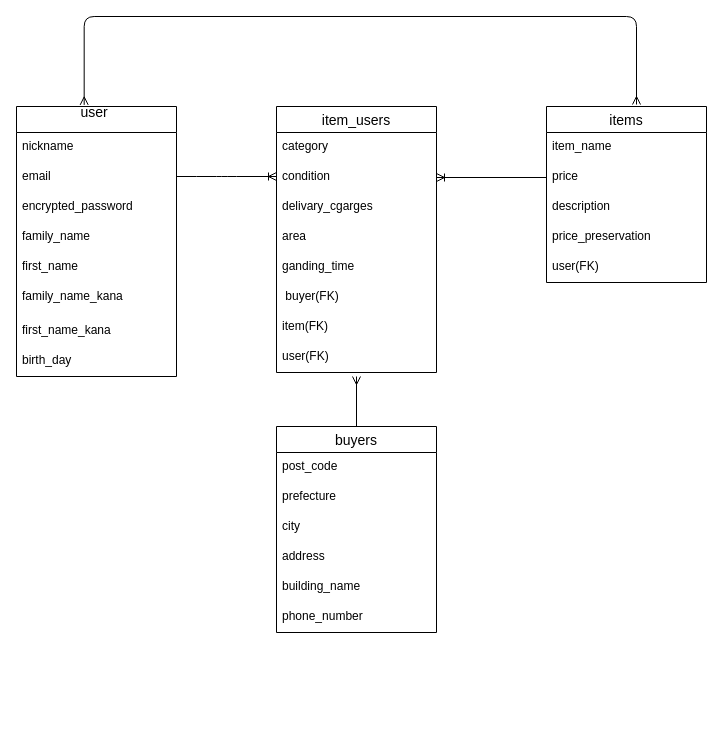
Before: table.dio in deco-01/furima-39447, a draw.io diagram. Source tidied: cells renumbered, new cells numbered last; positions are measured from the earlier drawing's top-left corner, leaving out a move shared by most shapes. Both pictures are drawn from the tidied source at 100%, with x=0, y=0 at pixel (16, 16).
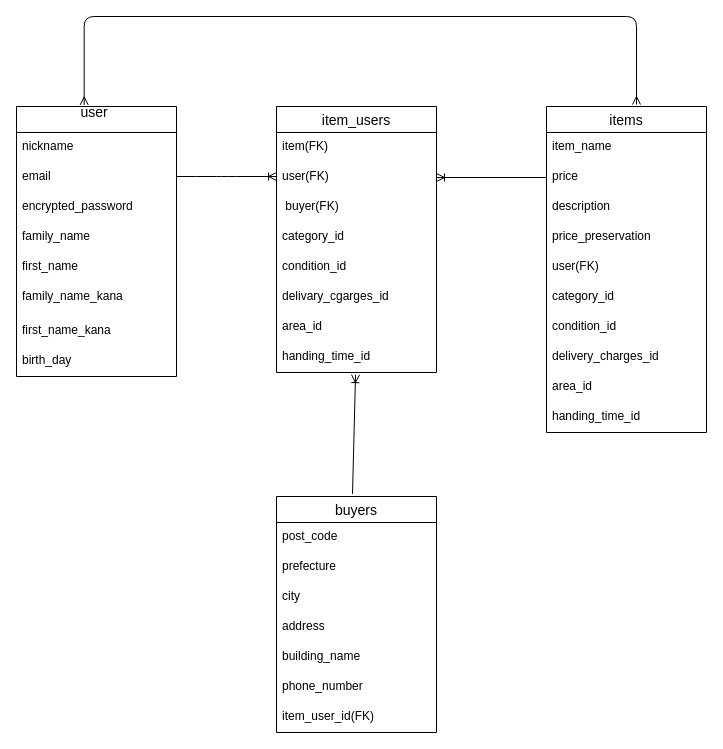
The same page after the edit.

Commit message (it also covers changes not shown here):
データベース設計の再編集

The change refers to these unchanged cells:
```xml
<mxCell id="11" value="item_users" style="swimlane;fontStyle=0;horizontal=1;startSize=26;align=center;fontSize=14;" parent="1" vertex="1">
  <mxGeometry x="260" y="90" width="160" height="266" as="geometry" />
</mxCell>
```

Diff of the diagram source:
```diff
@@
+    <mxCell id="18" value="item(FK)" style="text;strokeColor=none;fillColor=none;spacingLeft=4;spacingRight=4;overflow=hidden;fontSize=12;" parent="11" vertex="1">
+      <mxGeometry y="26" width="160" height="30" as="geometry" />
+    </mxCell>
+    <mxCell id="19" value="user(FK)" style="text;strokeColor=none;fillColor=none;spacingLeft=4;spacingRight=4;overflow=hidden;points=[[0,0.5],[1,0.5]];portConstraint=eastwest;fontSize=12;" parent="11" vertex="1">
+      <mxGeometry y="56" width="160" height="30" as="geometry" />
+    </mxCell>
+    <mxCell id="17" value=" buyer(FK)" style="text;strokeColor=none;fillColor=none;spacingLeft=4;spacingRight=4;overflow=hidden;fontSize=12;" parent="11" vertex="1">
+      <mxGeometry y="86" width="160" height="30" as="geometry" />
+    </mxCell>
-    <mxCell id="12" value="category" style="text;strokeColor=none;fillColor=none;spacingLeft=4;spacingRight=4;overflow=hidden;fontSize=12;" parent="11" vertex="1">
-      <mxGeometry y="26" width="160" height="30" as="geometry" />
+    <mxCell id="12" value="category_id" style="text;strokeColor=none;fillColor=none;spacingLeft=4;spacingRight=4;overflow=hidden;fontSize=12;" parent="11" vertex="1">
+      <mxGeometry y="116" width="160" height="30" as="geometry" />
     </mxCell>
-    <mxCell id="13" value="condition" style="text;strokeColor=none;fillColor=none;spacingLeft=4;spacingRight=4;overflow=hidden;points=[[0,0.5],[1,0.5]];portConstraint=eastwest;fontSize=12;" parent="11" vertex="1">
-      <mxGeometry y="56" width="160" height="30" as="geometry" />
+    <mxCell id="13" value="condition_id" style="text;strokeColor=none;fillColor=none;spacingLeft=4;spacingRight=4;overflow=hidden;points=[[0,0.5],[1,0.5]];portConstraint=eastwest;fontSize=12;" parent="11" vertex="1">
+      <mxGeometry y="146" width="160" height="30" as="geometry" />
     </mxCell>
-    <mxCell id="14" value="delivary_cgarges" style="text;strokeColor=none;fillColor=none;spacingLeft=4;spacingRight=4;overflow=hidden;fontSize=12;" parent="11" vertex="1">
-      <mxGeometry y="86" width="160" height="30" as="geometry" />
+    <mxCell id="14" value="delivary_cgarges_id" style="text;strokeColor=none;fillColor=none;spacingLeft=4;spacingRight=4;overflow=hidden;fontSize=12;" parent="11" vertex="1">
+      <mxGeometry y="176" width="160" height="30" as="geometry" />
     </mxCell>
-    <mxCell id="15" value="area" style="text;strokeColor=none;fillColor=none;spacingLeft=4;spacingRight=4;overflow=hidden;fontSize=12;" parent="11" vertex="1">
-      <mxGeometry y="116" width="160" height="30" as="geometry" />
+    <mxCell id="15" value="area_id" style="text;strokeColor=none;fillColor=none;spacingLeft=4;spacingRight=4;overflow=hidden;fontSize=12;" parent="11" vertex="1">
+      <mxGeometry y="206" width="160" height="30" as="geometry" />
     </mxCell>
-    <mxCell id="16" value="ganding_time" style="text;strokeColor=none;fillColor=none;spacingLeft=4;spacingRight=4;overflow=hidden;fontSize=12;" parent="11" vertex="1">
-      <mxGeometry y="146" width="160" height="30" as="geometry" />
-    </mxCell>
-    <mxCell id="17" value=" buyer(FK)" style="text;strokeColor=none;fillColor=none;spacingLeft=4;spacingRight=4;overflow=hidden;fontSize=12;" parent="11" vertex="1">
-      <mxGeometry y="176" width="160" height="30" as="geometry" />
-    </mxCell>
-    <mxCell id="18" value="item(FK)" style="text;strokeColor=none;fillColor=none;spacingLeft=4;spacingRight=4;overflow=hidden;fontSize=12;" parent="11" vertex="1">
-      <mxGeometry y="206" width="160" height="30" as="geometry" />
-    </mxCell>
-    <mxCell id="19" value="user(FK)" style="text;strokeColor=none;fillColor=none;spacingLeft=4;spacingRight=4;overflow=hidden;points=[[0,0.5],[1,0.5]];portConstraint=eastwest;fontSize=12;" parent="11" vertex="1">
-      <mxGeometry y="236" width="160" height="30" as="geometry" />
-    </mxCell>
+    <mxCell id="37" value="handing_time_id" style="text;strokeColor=none;fillColor=none;spacingLeft=4;spacingRight=4;overflow=hidden;points=[[0,0.5],[1,0.5]];portConstraint=eastwest;fontSize=12;" parent="11" vertex="1">
+      <mxGeometry y="236" width="160" height="30" as="geometry" />
+    </mxCell>
     <mxCell id="20" value="items" style="swimlane;fontStyle=0;horizontal=1;startSize=26;align=center;fontSize=14;" parent="1" vertex="1">
-      <mxGeometry x="530" y="90" width="160" height="176" as="geometry" />
+      <mxGeometry x="530" y="90" width="160" height="326" as="geometry" />
     </mxCell>
@@
+    <mxCell id="38" value="category_id" style="text;strokeColor=none;fillColor=none;spacingLeft=4;spacingRight=4;overflow=hidden;fontSize=12;" parent="20" vertex="1">
+      <mxGeometry y="176" width="160" height="30" as="geometry" />
+    </mxCell>
+    <mxCell id="39" value="condition_id" style="text;strokeColor=none;fillColor=none;spacingLeft=4;spacingRight=4;overflow=hidden;fontSize=12;" parent="20" vertex="1">
+      <mxGeometry y="206" width="160" height="30" as="geometry" />
+    </mxCell>
+    <mxCell id="40" value="delivery_charges_id" style="text;strokeColor=none;fillColor=none;spacingLeft=4;spacingRight=4;overflow=hidden;fontSize=12;" parent="20" vertex="1">
+      <mxGeometry y="236" width="160" height="30" as="geometry" />
+    </mxCell>
+    <mxCell id="41" value="area_id" style="text;strokeColor=none;fillColor=none;spacingLeft=4;spacingRight=4;overflow=hidden;fontSize=12;" parent="20" vertex="1">
+      <mxGeometry y="266" width="160" height="30" as="geometry" />
+    </mxCell>
+    <mxCell id="42" value="handing_time_id" style="text;strokeColor=none;fillColor=none;spacingLeft=4;spacingRight=4;overflow=hidden;fontSize=12;" parent="20" vertex="1">
+      <mxGeometry y="296" width="160" height="30" as="geometry" />
+    </mxCell>
     <mxCell id="26" value="buyers" style="swimlane;fontStyle=0;horizontal=1;startSize=26;align=center;fontSize=14;" parent="1" vertex="1">
-      <mxGeometry x="260" y="410" width="160" height="206" as="geometry" />
+      <mxGeometry x="260" y="480" width="160" height="236" as="geometry" />
     </mxCell>
@@
+    <mxCell id="43" value="item_user_id(FK)" style="text;strokeColor=none;fillColor=none;spacingLeft=4;spacingRight=4;overflow=hidden;fontSize=12;" parent="26" vertex="1">
+      <mxGeometry y="206" width="160" height="30" as="geometry" />
+    </mxCell>
@@
-    <mxCell id="34" style="fontSize=12;html=1;endArrow=ERoneToMany;exitX=0;exitY=0.5;exitDx=0;exitDy=0;entryX=1;entryY=0.5;entryDx=0;entryDy=0;" parent="1" edge="1" target="13">
+    <mxCell id="34" style="fontSize=12;html=1;endArrow=ERoneToMany;exitX=0;exitY=0.5;exitDx=0;exitDy=0;entryX=1;entryY=0.5;entryDx=0;entryDy=0;" parent="1" edge="1" target="19">
       <mxGeometry relative="1" as="geometry">
         <mxPoint x="530" y="161" as="sourcePoint" />
       </mxGeometry>
     </mxCell>
-    <mxCell id="35" style="fontSize=12;html=1;endArrow=ERmany;elbow=vertical;exitX=0.5;exitY=0;exitDx=0;exitDy=0;" parent="1" edge="1" source="26">
-      <mxGeometry relative="1" as="geometry">
-        <mxPoint x="340" y="360" as="targetPoint" />
-      </mxGeometry>
-    </mxCell>
@@
+    <mxCell id="44" style="fontSize=12;html=1;endArrow=ERoneToMany;entryX=0.494;entryY=1.071;entryDx=0;entryDy=0;entryPerimeter=0;exitX=0.475;exitY=-0.011;exitDx=0;exitDy=0;exitPerimeter=0;" parent="1" edge="1" source="26" target="37">
+      <mxGeometry relative="1" as="geometry" />
+    </mxCell>
```
